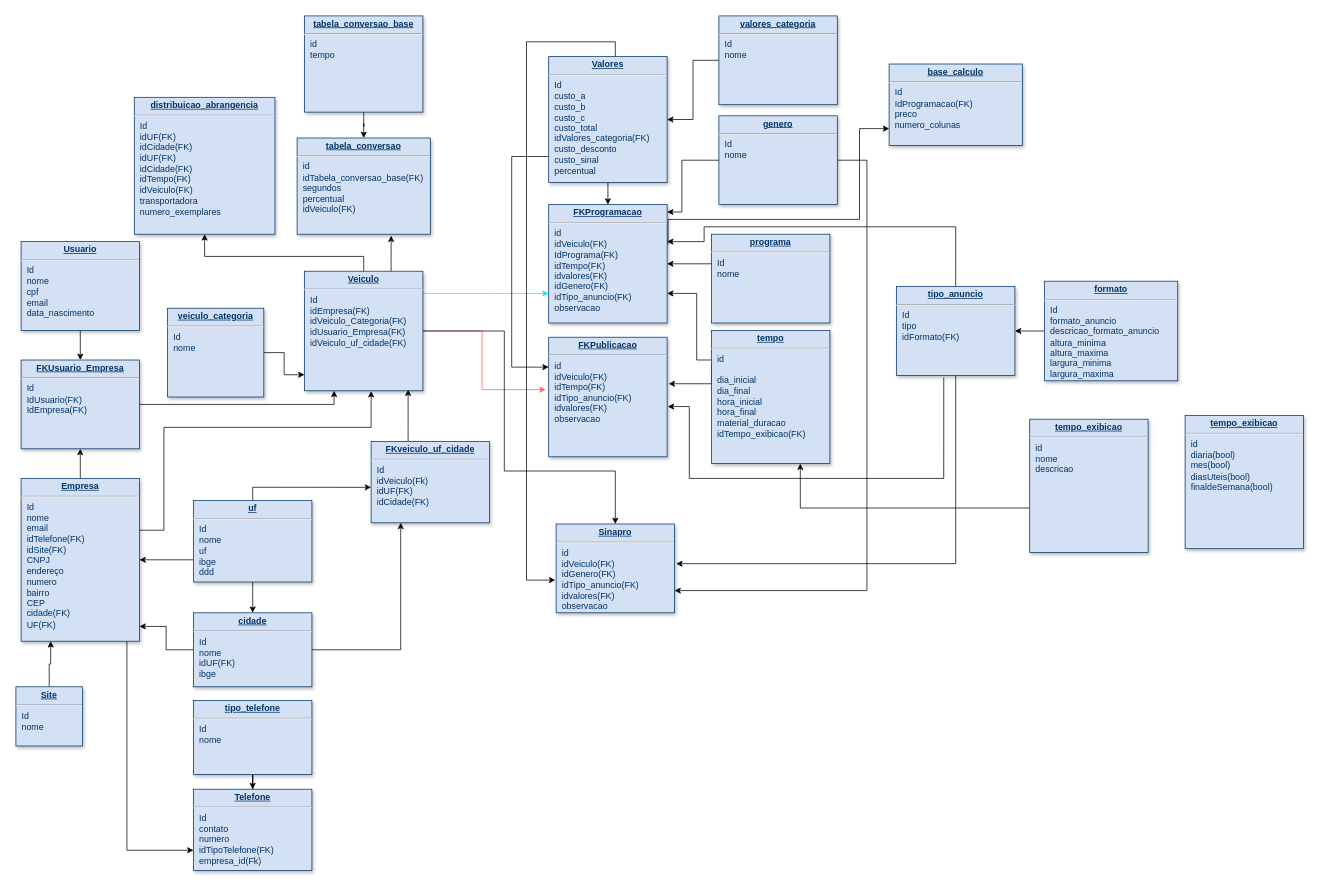
Before: Diagrama atualizado.drawio in diogo-guimaraes/teste_git, a draw.io diagram. Source tidied: cells renumbered, new cells numbered last; positions are measured from the earlier drawing's top-left corner, leaving out a move shared by most shapes. Both pictures are drawn from the tidied source at 74%, with x=0, y=0 at pixel (16, 16).
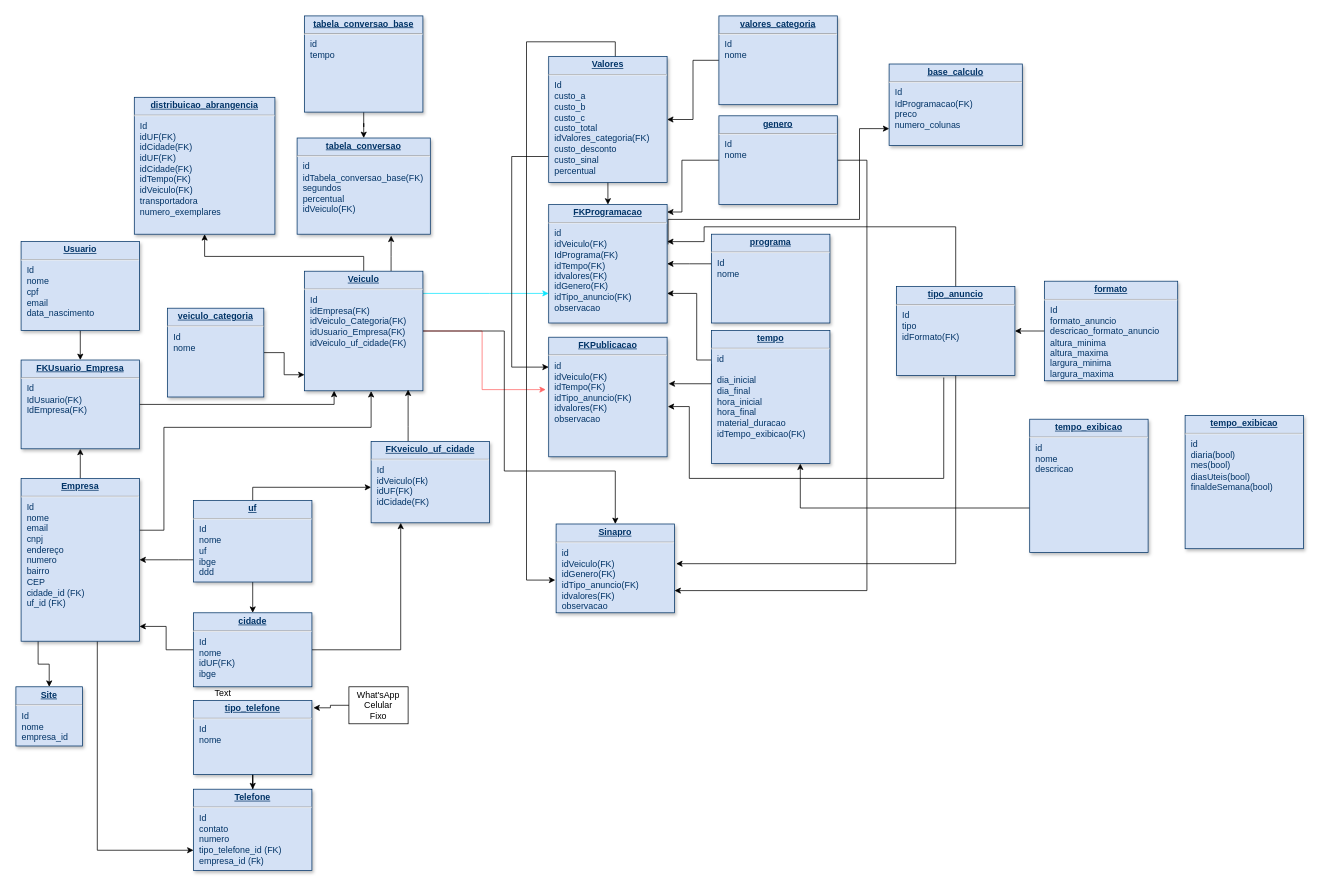
The same page after the edit.

The change refers to these unchanged cells:
```xml
<mxCell id="26" value="&lt;p style=&quot;margin: 0px ; margin-top: 4px ; text-align: center ; text-decoration: underline&quot;&gt;&lt;b&gt;tipo_telefone&lt;/b&gt;&lt;/p&gt;&lt;hr&gt;&lt;p style=&quot;margin: 0px ; margin-left: 8px&quot;&gt;Id&lt;/p&gt;&lt;p style=&quot;margin: 0px ; margin-left: 8px&quot;&gt;nome&lt;/p&gt;" style="verticalAlign=top;align=left;overflow=fill;fontSize=12;fontFamily=Helvetica;html=1;strokeColor=#003366;shadow=1;fillColor=#D4E1F5;fontColor=#003366;" parent="1" vertex="1">
  <mxGeometry x="240" y="925" width="160" height="100" as="geometry" />
</mxCell>
```

Diff of the diagram source:
```diff
@@
     <mxCell id="16" style="edgeStyle=orthogonalEdgeStyle;rounded=0;jettySize=auto;html=1;entryX=0;entryY=0.75;entryDx=0;entryDy=0;" parent="1" edge="1" source="17" target="27">
       <mxGeometry relative="1" as="geometry">
         <Array as="points">
-          <mxPoint x="150" y="1128" />
+          <mxPoint x="110" y="1128" />
         </Array>
       </mxGeometry>
     </mxCell>
+    <mxCell id="64" style="edgeStyle=orthogonalEdgeStyle;rounded=0;jettySize=auto;html=1;entryX=0.5;entryY=0;entryDx=0;entryDy=0;" parent="1" edge="1" source="17" target="29">
+      <mxGeometry relative="1" as="geometry">
+        <Array as="points">
+          <mxPoint x="30" y="876" />
+          <mxPoint x="45" y="876" />
+        </Array>
+      </mxGeometry>
+    </mxCell>
-    <mxCell id="17" value="&lt;p style=&quot;margin: 0px ; margin-top: 4px ; text-align: center ; text-decoration: underline&quot;&gt;&lt;b&gt;Empresa&lt;/b&gt;&lt;/p&gt;&lt;hr&gt;&lt;p style=&quot;margin: 0px ; margin-left: 8px&quot;&gt;Id&lt;/p&gt;&lt;p style=&quot;margin: 0px ; margin-left: 8px&quot;&gt;nome&lt;/p&gt;&lt;p style=&quot;margin: 0px ; margin-left: 8px&quot;&gt;email&lt;/p&gt;&lt;p style=&quot;margin: 0px ; margin-left: 8px&quot;&gt;&lt;span&gt;idTelefone(FK)&lt;/span&gt;&lt;/p&gt;&lt;p style=&quot;margin: 0px ; margin-left: 8px&quot;&gt;&lt;span&gt;idSite(FK)&lt;/span&gt;&lt;/p&gt;&lt;p style=&quot;margin: 0px ; margin-left: 8px&quot;&gt;&lt;span&gt;CNPJ&lt;/span&gt;&lt;br&gt;&lt;/p&gt;&lt;p style=&quot;margin: 0px ; margin-left: 8px&quot;&gt;endereço&lt;/p&gt;&lt;p style=&quot;margin: 0px ; margin-left: 8px&quot;&gt;numero&lt;/p&gt;&lt;p style=&quot;margin: 0px ; margin-left: 8px&quot;&gt;bairro&lt;/p&gt;&lt;p style=&quot;margin: 0px ; margin-left: 8px&quot;&gt;&lt;span&gt;CEP&lt;/span&gt;&lt;br&gt;&lt;/p&gt;&lt;p style=&quot;margin: 0px ; margin-left: 8px&quot;&gt;cidade(FK)&lt;/p&gt;&lt;p style=&quot;margin: 0px ; margin-left: 8px&quot;&gt;&lt;span&gt;UF(FK)&lt;/span&gt;&lt;/p&gt;&lt;p style=&quot;margin: 0px ; margin-left: 8px&quot;&gt;&lt;br&gt;&lt;/p&gt;&lt;p style=&quot;margin: 0px ; margin-left: 8px&quot;&gt;&lt;br&gt;&lt;/p&gt;" style="verticalAlign=top;align=left;overflow=fill;fontSize=12;fontFamily=Helvetica;html=1;strokeColor=#003366;shadow=1;fillColor=#D4E1F5;fontColor=#003366;" parent="1" vertex="1">
+    <mxCell id="17" value="&lt;p style=&quot;margin: 0px ; margin-top: 4px ; text-align: center ; text-decoration: underline&quot;&gt;&lt;b&gt;Empresa&lt;/b&gt;&lt;/p&gt;&lt;hr&gt;&lt;p style=&quot;margin: 0px ; margin-left: 8px&quot;&gt;Id&lt;/p&gt;&lt;p style=&quot;margin: 0px ; margin-left: 8px&quot;&gt;nome&lt;/p&gt;&lt;p style=&quot;margin: 0px ; margin-left: 8px&quot;&gt;email&lt;/p&gt;&lt;p style=&quot;margin: 0px ; margin-left: 8px&quot;&gt;&lt;span&gt;cnpj&lt;/span&gt;&lt;br&gt;&lt;/p&gt;&lt;p style=&quot;margin: 0px ; margin-left: 8px&quot;&gt;endereço&lt;/p&gt;&lt;p style=&quot;margin: 0px ; margin-left: 8px&quot;&gt;numero&lt;/p&gt;&lt;p style=&quot;margin: 0px ; margin-left: 8px&quot;&gt;bairro&lt;/p&gt;&lt;p style=&quot;margin: 0px ; margin-left: 8px&quot;&gt;&lt;span&gt;CEP&lt;/span&gt;&lt;br&gt;&lt;/p&gt;&lt;p style=&quot;margin: 0px ; margin-left: 8px&quot;&gt;cidade_id (FK)&lt;/p&gt;&lt;p style=&quot;margin: 0px ; margin-left: 8px&quot;&gt;&lt;span&gt;uf_id (FK)&lt;/span&gt;&lt;/p&gt;&lt;p style=&quot;margin: 0px ; margin-left: 8px&quot;&gt;&lt;br&gt;&lt;/p&gt;&lt;p style=&quot;margin: 0px ; margin-left: 8px&quot;&gt;&lt;br&gt;&lt;/p&gt;" style="verticalAlign=top;align=left;overflow=fill;fontSize=12;fontFamily=Helvetica;html=1;strokeColor=#003366;shadow=1;fillColor=#D4E1F5;fontColor=#003366;" parent="1" vertex="1">
       <mxGeometry x="7" y="625" width="160" height="220" as="geometry" />
     </mxCell>
@@
-    <mxCell id="27" value="&lt;p style=&quot;margin: 0px ; margin-top: 4px ; text-align: center ; text-decoration: underline&quot;&gt;&lt;b&gt;Telefone&lt;/b&gt;&lt;/p&gt;&lt;hr&gt;&lt;p style=&quot;margin: 0px ; margin-left: 8px&quot;&gt;Id&lt;/p&gt;&lt;p style=&quot;margin: 0px ; margin-left: 8px&quot;&gt;contato&lt;/p&gt;&lt;p style=&quot;margin: 0px ; margin-left: 8px&quot;&gt;numero&lt;/p&gt;&lt;p style=&quot;margin: 0px ; margin-left: 8px&quot;&gt;idTipoTelefone(FK)&lt;/p&gt;&lt;p style=&quot;margin: 0px ; margin-left: 8px&quot;&gt;empresa_id(Fk)&lt;/p&gt;" style="verticalAlign=top;align=left;overflow=fill;fontSize=12;fontFamily=Helvetica;html=1;strokeColor=#003366;shadow=1;fillColor=#D4E1F5;fontColor=#003366;" parent="1" vertex="1">
+    <mxCell id="27" value="&lt;p style=&quot;margin: 0px ; margin-top: 4px ; text-align: center ; text-decoration: underline&quot;&gt;&lt;b&gt;Telefone&lt;/b&gt;&lt;/p&gt;&lt;hr&gt;&lt;p style=&quot;margin: 0px ; margin-left: 8px&quot;&gt;Id&lt;/p&gt;&lt;p style=&quot;margin: 0px ; margin-left: 8px&quot;&gt;contato&lt;/p&gt;&lt;p style=&quot;margin: 0px ; margin-left: 8px&quot;&gt;numero&lt;/p&gt;&lt;p style=&quot;margin: 0px ; margin-left: 8px&quot;&gt;tipo_telefone_id (FK)&lt;/p&gt;&lt;p style=&quot;margin: 0px ; margin-left: 8px&quot;&gt;empresa_id (Fk)&lt;/p&gt;" style="verticalAlign=top;align=left;overflow=fill;fontSize=12;fontFamily=Helvetica;html=1;strokeColor=#003366;shadow=1;fillColor=#D4E1F5;fontColor=#003366;" parent="1" vertex="1">
       <mxGeometry x="240" y="1045" width="160" height="110" as="geometry" />
     </mxCell>
-    <mxCell id="28" style="edgeStyle=orthogonalEdgeStyle;rounded=0;jettySize=auto;html=1;entryX=0.25;entryY=1;entryDx=0;entryDy=0;" parent="1" edge="1" source="29" target="17">
-      <mxGeometry relative="1" as="geometry" />
-    </mxCell>
-    <mxCell id="29" value="&lt;p style=&quot;margin: 0px ; margin-top: 4px ; text-align: center ; text-decoration: underline&quot;&gt;&lt;b&gt;Site&lt;/b&gt;&lt;/p&gt;&lt;hr&gt;&lt;p style=&quot;margin: 0px ; margin-left: 8px&quot;&gt;Id&lt;/p&gt;&lt;p style=&quot;margin: 0px ; margin-left: 8px&quot;&gt;nome&lt;/p&gt;" style="verticalAlign=top;align=left;overflow=fill;fontSize=12;fontFamily=Helvetica;html=1;strokeColor=#003366;shadow=1;fillColor=#D4E1F5;fontColor=#003366;" parent="1" vertex="1">
+    <mxCell id="29" value="&lt;p style=&quot;margin: 0px ; margin-top: 4px ; text-align: center ; text-decoration: underline&quot;&gt;&lt;b&gt;Site&lt;/b&gt;&lt;/p&gt;&lt;hr&gt;&lt;p style=&quot;margin: 0px ; margin-left: 8px&quot;&gt;Id&lt;/p&gt;&lt;p style=&quot;margin: 0px ; margin-left: 8px&quot;&gt;nome&lt;/p&gt;&lt;p style=&quot;margin: 0px ; margin-left: 8px&quot;&gt;empresa_id&lt;/p&gt;" style="verticalAlign=top;align=left;overflow=fill;fontSize=12;fontFamily=Helvetica;html=1;strokeColor=#003366;shadow=1;fillColor=#D4E1F5;fontColor=#003366;" parent="1" vertex="1">
       <mxGeometry y="906.6" width="90" height="80" as="geometry" />
     </mxCell>
@@
+    <mxCell id="65" value="Text" style="text;html=1;strokeColor=none;fillColor=none;align=center;verticalAlign=middle;whiteSpace=wrap;rounded=0;" parent="1" vertex="1">
+      <mxGeometry x="260" y="905" width="40" height="20" as="geometry" />
+    </mxCell>
+    <mxCell id="66" style="edgeStyle=orthogonalEdgeStyle;rounded=0;jettySize=auto;html=1;entryX=1.013;entryY=0.1;entryDx=0;entryDy=0;entryPerimeter=0;" parent="1" edge="1" source="67" target="26">
+      <mxGeometry relative="1" as="geometry" />
+    </mxCell>
+    <mxCell id="67" value="What'sApp&lt;br&gt;Celular&lt;br&gt;Fixo" style="text;html=1;align=center;verticalAlign=middle;whiteSpace=wrap;rounded=0;strokeColor=#000000;" parent="1" vertex="1">
+      <mxGeometry x="450" y="906.6" width="80" height="50" as="geometry" />
+    </mxCell>
```
